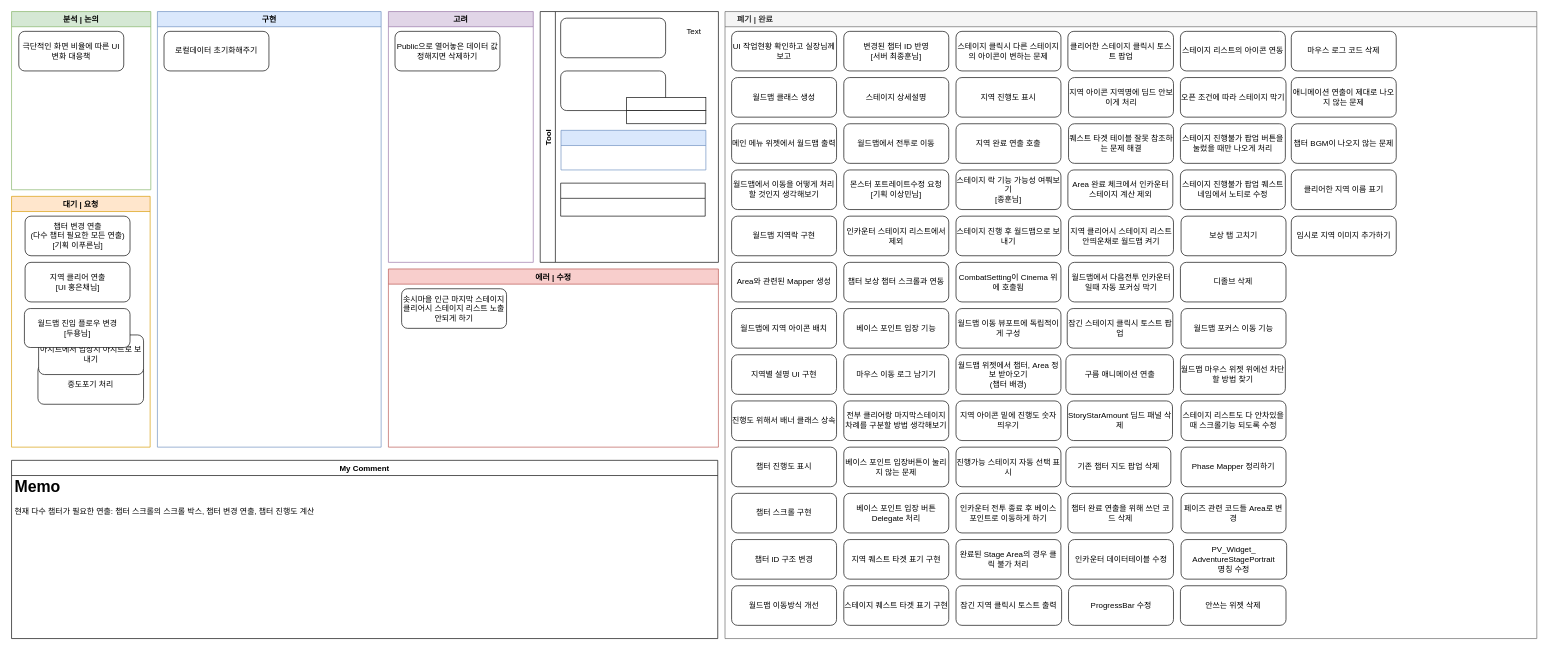
This is 월드맵 시스템 진행상황.drawio from Endorr/Job-Board, a draw.io file, before an edit. Source tidied: cells renumbered, new cells numbered last; positions are measured from the earlier drawing's top-left corner, leaving out a move shared by most shapes. Both pictures are drawn from the tidied source at 66%, with x=0, y=0 at pixel (11, 11).
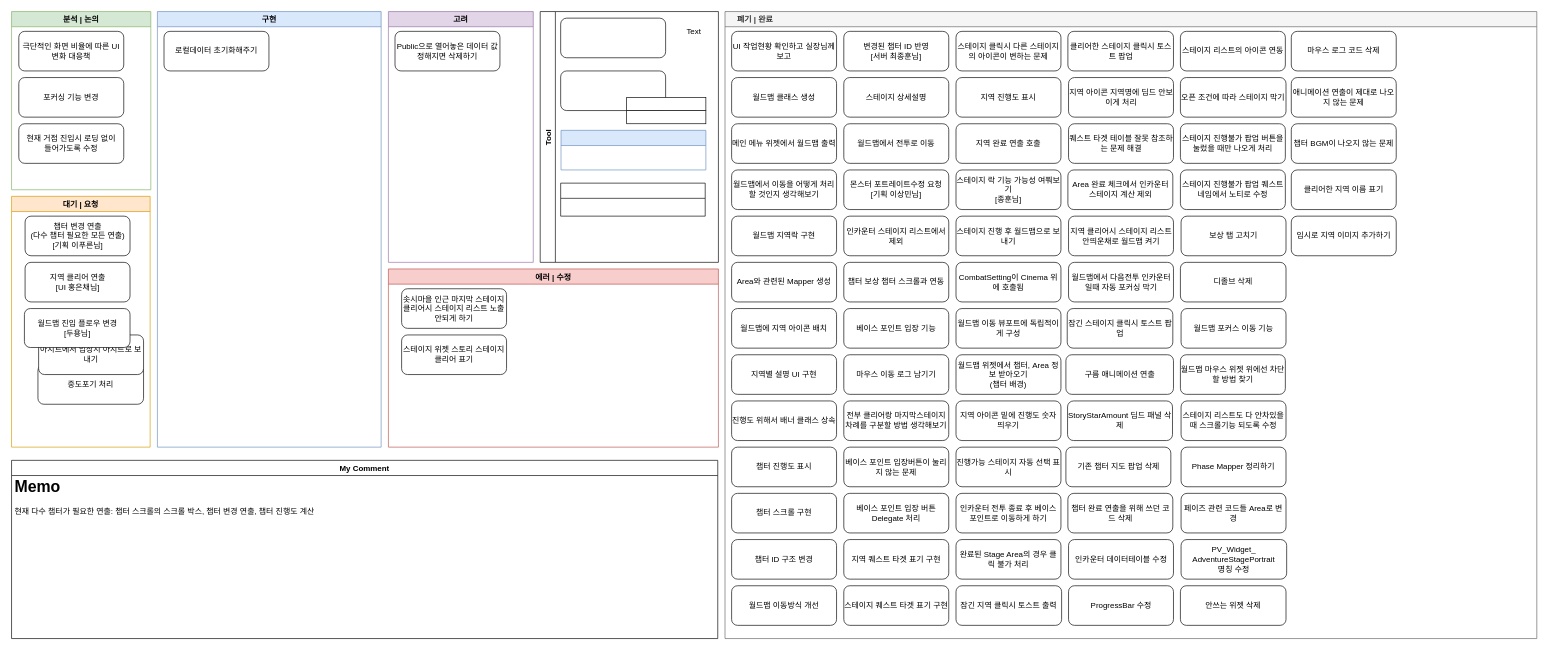
Above is the later version.

Commit message:
Update 월드맵 시스템 진행상황.drawio

Unchanged cells that the change refers to:
```xml
<mxCell id="4" value="분석 | 논의" style="swimlane;strokeColor=#82b366;fillColor=#D5E8D4;" parent="1" vertex="1">
  <mxGeometry width="211" height="270" as="geometry" />
</mxCell>
<mxCell id="12" value="에러 | 수정" style="swimlane;fillColor=#f8cecc;strokeColor=#b85450;startSize=23;" parent="1" vertex="1">
  <mxGeometry x="571" y="390" width="500" height="270" as="geometry" />
</mxCell>
```

Change to the diagram source:
```diff
@@
+    <mxCell id="98" value="현재 거점 진입시 로딩 없이&lt;br&gt;들어가도록 수정" style="rounded=1;whiteSpace=wrap;html=1;" parent="4" vertex="1">
+      <mxGeometry x="11" y="170" width="159" height="60" as="geometry" />
+    </mxCell>
+    <mxCell id="99" value="포커싱 기능 변경" style="rounded=1;whiteSpace=wrap;html=1;" parent="4" vertex="1">
+      <mxGeometry x="11" y="100" width="159" height="60" as="geometry" />
+    </mxCell>
@@
+    <mxCell id="100" value="스테이지 위젯 스토리 스테이지 클리어 표기" style="rounded=1;whiteSpace=wrap;html=1;" parent="12" vertex="1">
+      <mxGeometry x="20" y="100" width="159" height="60" as="geometry" />
+    </mxCell>
```
